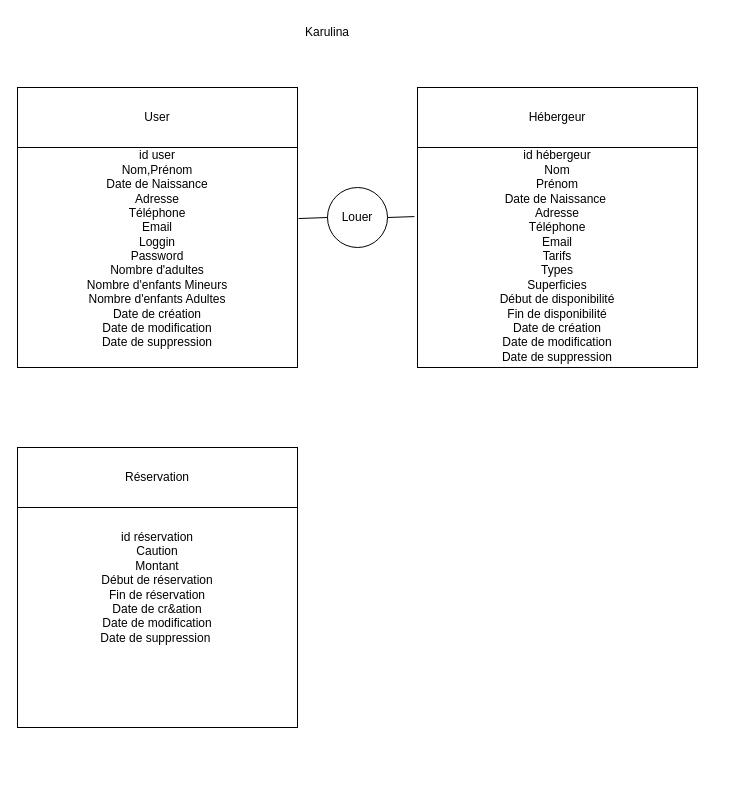
SAKYO17/fantastic-guacamole keeps this draw.io diagram as Karulina.drawio. Above is the earlier version. Source tidied: cells renumbered, new cells numbered last; positions are measured from the earlier drawing's top-left corner, leaving out a move shared by most shapes. Both pictures are drawn from the tidied source at 100%, with x=0, y=0 at pixel (17, 17).
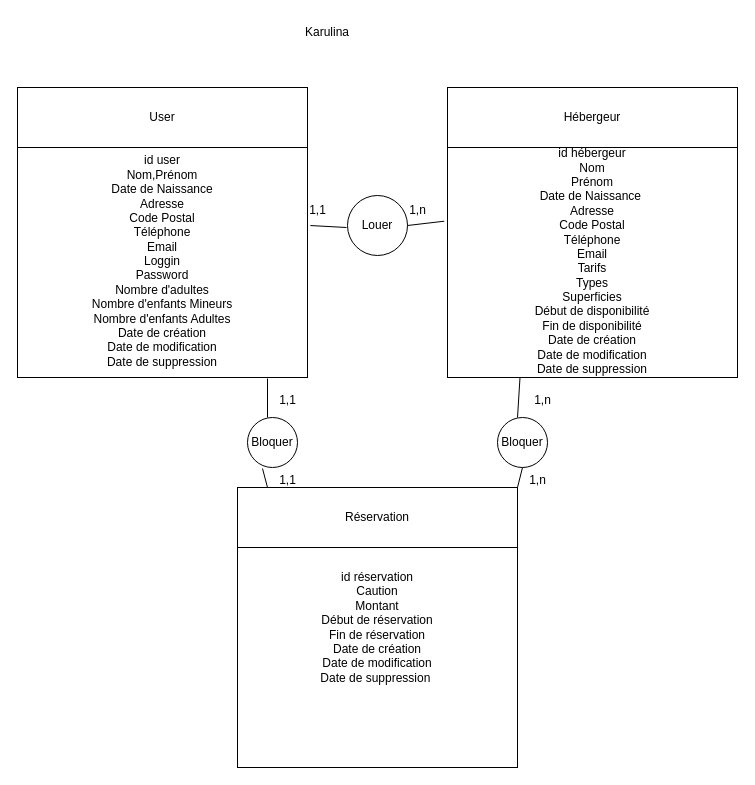
The same diagram, later.

Commit message (it also covers changes not shown here):
Mettre à jour Karulina.drawio

The edit, as a diff of the source:
```diff
@@
-    <mxCell id="2" value="&lt;div&gt;&lt;br&gt;&lt;/div&gt;&lt;div&gt;&lt;br&gt;&lt;/div&gt;&lt;div&gt;&lt;br&gt;&lt;/div&gt;id user&lt;div&gt;Nom,Prénom&lt;/div&gt;&lt;div&gt;Date de Naissance&lt;/div&gt;&lt;div&gt;Adresse&lt;/div&gt;&lt;div&gt;Téléphone&lt;/div&gt;&lt;div&gt;Email&lt;/div&gt;&lt;div&gt;Loggin&lt;/div&gt;&lt;div&gt;Password&lt;/div&gt;&lt;div&gt;Nombre d'adultes&lt;/div&gt;&lt;div&gt;Nombre d'enfants Mineurs&lt;/div&gt;&lt;div&gt;Nombre d'enfants Adultes&lt;/div&gt;&lt;div&gt;Date de création&lt;/div&gt;&lt;div&gt;Date de modification&lt;/div&gt;&lt;div&gt;Date de suppression&lt;/div&gt;" style="whiteSpace=wrap;html=1;" parent="1" vertex="1">
-      <mxGeometry y="70" width="280" height="280" as="geometry" />
+    <mxCell id="2" value="&lt;div&gt;&lt;br&gt;&lt;/div&gt;&lt;div&gt;&lt;br&gt;&lt;/div&gt;&lt;div&gt;&lt;br&gt;&lt;/div&gt;&lt;div&gt;&lt;br&gt;&lt;/div&gt;id user&lt;div&gt;Nom,Prénom&lt;/div&gt;&lt;div&gt;Date de Naissance&lt;/div&gt;&lt;div&gt;Adresse&lt;/div&gt;&lt;div&gt;Code Postal&lt;/div&gt;&lt;div&gt;Téléphone&lt;/div&gt;&lt;div&gt;Email&lt;/div&gt;&lt;div&gt;Loggin&lt;/div&gt;&lt;div&gt;Password&lt;/div&gt;&lt;div&gt;Nombre d'adultes&lt;/div&gt;&lt;div&gt;Nombre d'enfants Mineurs&lt;/div&gt;&lt;div&gt;Nombre d'enfants Adultes&lt;/div&gt;&lt;div&gt;Date de création&lt;/div&gt;&lt;div&gt;Date de modification&lt;/div&gt;&lt;div&gt;Date de suppression&lt;/div&gt;" style="whiteSpace=wrap;html=1;" parent="1" vertex="1">
+      <mxGeometry y="70" width="290" height="290" as="geometry" />
     </mxCell>
     <mxCell id="3" value="User" style="rounded=0;whiteSpace=wrap;html=1;" parent="1" vertex="1">
-      <mxGeometry y="70" width="280" height="60" as="geometry" />
+      <mxGeometry y="70" width="290" height="60" as="geometry" />
     </mxCell>
-    <mxCell id="4" value="&lt;div&gt;&lt;br&gt;&lt;/div&gt;&lt;div&gt;&lt;br&gt;&lt;/div&gt;&lt;div&gt;&lt;br&gt;&lt;/div&gt;&lt;div&gt;&lt;br&gt;&lt;/div&gt;id hébergeur&lt;div&gt;Nom&lt;/div&gt;&lt;div&gt;Prénom&lt;/div&gt;&lt;div&gt;Date de Naissance&amp;nbsp;&lt;/div&gt;&lt;div&gt;Adresse&lt;/div&gt;&lt;div&gt;Téléphone&lt;/div&gt;&lt;div&gt;Email&lt;/div&gt;&lt;div&gt;Tarifs&lt;/div&gt;&lt;div&gt;Types&lt;br&gt;&lt;/div&gt;&lt;div&gt;Superficies&lt;/div&gt;&lt;div&gt;Début de disponibilité&lt;/div&gt;&lt;div&gt;Fin de disponibilité&lt;/div&gt;&lt;div&gt;Date de création&lt;/div&gt;&lt;div&gt;Date de modification&lt;/div&gt;&lt;div&gt;Date de suppression&lt;/div&gt;" style="whiteSpace=wrap;html=1;" parent="1" vertex="1">
-      <mxGeometry x="400" y="70" width="280" height="280" as="geometry" />
+    <mxCell id="4" value="&lt;div&gt;&lt;br&gt;&lt;/div&gt;&lt;div&gt;&lt;br&gt;&lt;/div&gt;&lt;div&gt;&lt;br&gt;&lt;/div&gt;&lt;div&gt;&lt;br&gt;&lt;/div&gt;id hébergeur&lt;div&gt;Nom&lt;/div&gt;&lt;div&gt;Prénom&lt;/div&gt;&lt;div&gt;Date de Naissance&amp;nbsp;&lt;/div&gt;&lt;div&gt;Adresse&lt;/div&gt;&lt;div&gt;Code Postal&lt;/div&gt;&lt;div&gt;Téléphone&lt;/div&gt;&lt;div&gt;Email&lt;/div&gt;&lt;div&gt;Tarifs&lt;/div&gt;&lt;div&gt;Types&lt;br&gt;&lt;/div&gt;&lt;div&gt;Superficies&lt;/div&gt;&lt;div&gt;Début de disponibilité&lt;/div&gt;&lt;div&gt;Fin de disponibilité&lt;/div&gt;&lt;div&gt;Date de création&lt;/div&gt;&lt;div&gt;Date de modification&lt;/div&gt;&lt;div&gt;Date de suppression&lt;/div&gt;" style="whiteSpace=wrap;html=1;" parent="1" vertex="1">
+      <mxGeometry x="430" y="70" width="290" height="290" as="geometry" />
     </mxCell>
     <mxCell id="5" value="Hébergeur" style="rounded=0;whiteSpace=wrap;html=1;" parent="1" vertex="1">
-      <mxGeometry x="400" y="70" width="280" height="60" as="geometry" />
+      <mxGeometry x="430" y="70" width="290" height="60" as="geometry" />
     </mxCell>
-    <mxCell id="6" value="id réservation&lt;div&gt;Caution&lt;/div&gt;&lt;div&gt;Montant&lt;/div&gt;&lt;div&gt;Début de réservation&lt;/div&gt;&lt;div&gt;Fin de réservation&lt;/div&gt;&lt;div&gt;Date de cr&amp;amp;ation&lt;/div&gt;&lt;div&gt;Date de modification&lt;/div&gt;&lt;div&gt;Date de suppression&amp;nbsp;&lt;/div&gt;" style="whiteSpace=wrap;html=1;" parent="1" vertex="1">
-      <mxGeometry y="430" width="280" height="280" as="geometry" />
+    <mxCell id="6" value="id réservation&lt;div&gt;Caution&lt;/div&gt;&lt;div&gt;Montant&lt;/div&gt;&lt;div&gt;Début de réservation&lt;/div&gt;&lt;div&gt;Fin de réservation&lt;/div&gt;&lt;div&gt;Date de création&lt;/div&gt;&lt;div&gt;Date de modification&lt;/div&gt;&lt;div&gt;Date de suppression&amp;nbsp;&lt;/div&gt;" style="whiteSpace=wrap;html=1;" parent="1" vertex="1">
+      <mxGeometry x="220" y="470" width="280" height="280" as="geometry" />
     </mxCell>
     <mxCell id="7" value="Réservation" style="rounded=0;whiteSpace=wrap;html=1;" parent="1" vertex="1">
-      <mxGeometry y="430" width="280" height="60" as="geometry" />
+      <mxGeometry x="220" y="470" width="280" height="60" as="geometry" />
     </mxCell>
@@
     <mxCell id="9" value="Louer" style="ellipse;whiteSpace=wrap;html=1;" parent="1" vertex="1">
-      <mxGeometry x="310" y="170" width="60" height="60" as="geometry" />
+      <mxGeometry x="330" y="178" width="60" height="60" as="geometry" />
     </mxCell>
@@
-    <mxCell id="11" style="endArrow=none;html=1;rounded=0;exitX=1.004;exitY=0.468;exitDx=0;exitDy=0;exitPerimeter=0;" parent="1" edge="1" source="2">
+    <mxCell id="11" style="endArrow=none;html=1;rounded=0;exitX=1.01;exitY=0.476;exitDx=0;exitDy=0;exitPerimeter=0;" parent="1" edge="1" source="2">
       <mxGeometry relative="1" as="geometry">
-        <mxPoint x="310" y="200" as="targetPoint" />
+        <mxPoint x="329" y="210" as="targetPoint" />
       </mxGeometry>
     </mxCell>
+    <mxCell id="12" value="1,1" style="text;html=1;align=center;verticalAlign=middle;strokeColor=none;fillColor=none;" parent="1" vertex="1">
+      <mxGeometry x="280" y="178" width="40" height="30" as="geometry" />
+    </mxCell>
+    <mxCell id="13" value="1,n" style="text;html=1;align=center;verticalAlign=middle;strokeColor=none;fillColor=none;" parent="1" vertex="1">
+      <mxGeometry x="380" y="178" width="40" height="30" as="geometry" />
+    </mxCell>
+    <mxCell id="14" value="Bloquer" style="ellipse;whiteSpace=wrap;html=1;" parent="1" vertex="1">
+      <mxGeometry x="230" y="400" width="50" height="50" as="geometry" />
+    </mxCell>
+    <mxCell id="15" value="Bloquer" style="ellipse;whiteSpace=wrap;html=1;" parent="1" vertex="1">
+      <mxGeometry x="480" y="400" width="50" height="50" as="geometry" />
+    </mxCell>
+    <mxCell id="16" style="endArrow=none;html=1;rounded=0;entryX=0.5;entryY=1;entryDx=0;entryDy=0;" parent="1" edge="1" target="15">
+      <mxGeometry relative="1" as="geometry">
+        <mxPoint x="500" y="470" as="sourcePoint" />
+      </mxGeometry>
+    </mxCell>
+    <mxCell id="17" style="endArrow=none;html=1;rounded=0;entryX=0.3;entryY=1.02;entryDx=0;entryDy=0;entryPerimeter=0;" parent="1" edge="1" target="14">
+      <mxGeometry relative="1" as="geometry">
+        <mxPoint x="250" y="470" as="sourcePoint" />
+      </mxGeometry>
+    </mxCell>
+    <mxCell id="18" style="endArrow=none;html=1;rounded=0;entryX=0.25;entryY=1;entryDx=0;entryDy=0;" parent="1" edge="1" target="4">
+      <mxGeometry relative="1" as="geometry">
+        <mxPoint x="500" y="400" as="sourcePoint" />
+      </mxGeometry>
+    </mxCell>
+    <mxCell id="19" style="endArrow=none;html=1;rounded=0;" parent="1" edge="1">
+      <mxGeometry relative="1" as="geometry">
+        <mxPoint x="250" y="400" as="sourcePoint" />
+        <mxPoint x="250" y="361" as="targetPoint" />
+      </mxGeometry>
+    </mxCell>
+    <mxCell id="20" value="1,1" style="text;html=1;align=center;verticalAlign=middle;strokeColor=none;fillColor=none;" parent="1" vertex="1">
+      <mxGeometry x="250" y="368" width="40" height="30" as="geometry" />
+    </mxCell>
+    <mxCell id="21" value="1,n" style="text;html=1;align=center;verticalAlign=middle;strokeColor=none;fillColor=none;" parent="1" vertex="1">
+      <mxGeometry x="505" y="368" width="40" height="30" as="geometry" />
+    </mxCell>
+    <mxCell id="22" value="1,1" style="text;html=1;align=center;verticalAlign=middle;strokeColor=none;fillColor=none;" parent="1" vertex="1">
+      <mxGeometry x="250" y="448" width="40" height="30" as="geometry" />
+    </mxCell>
+    <mxCell id="23" value="1,n" style="text;html=1;align=center;verticalAlign=middle;strokeColor=none;fillColor=none;" parent="1" vertex="1">
+      <mxGeometry x="500" y="448" width="40" height="30" as="geometry" />
+    </mxCell>
```
